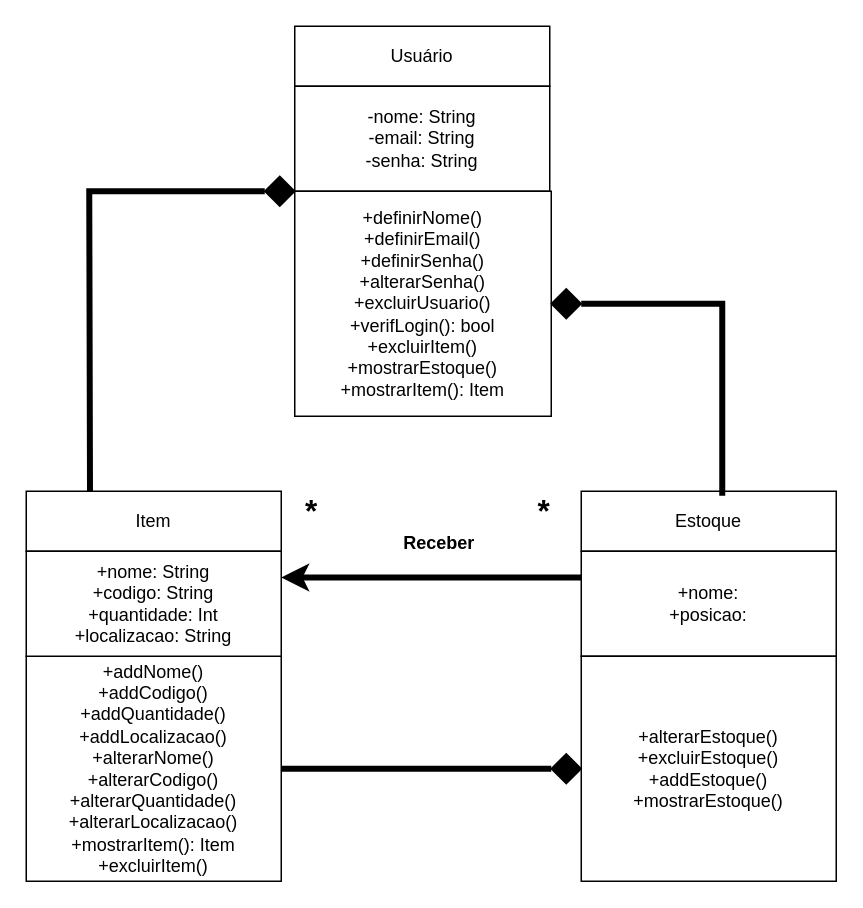
Dallas-03/diagrama keeps this draw.io diagram as DiagramaDeClasses.drawio. Above is the earlier version. Source tidied: cells renumbered, new cells numbered last; positions are measured from the earlier drawing's top-left corner, leaving out a move shared by most shapes. Both pictures are drawn from the tidied source at 150%, with x=0, y=0 at pixel (26, 26).
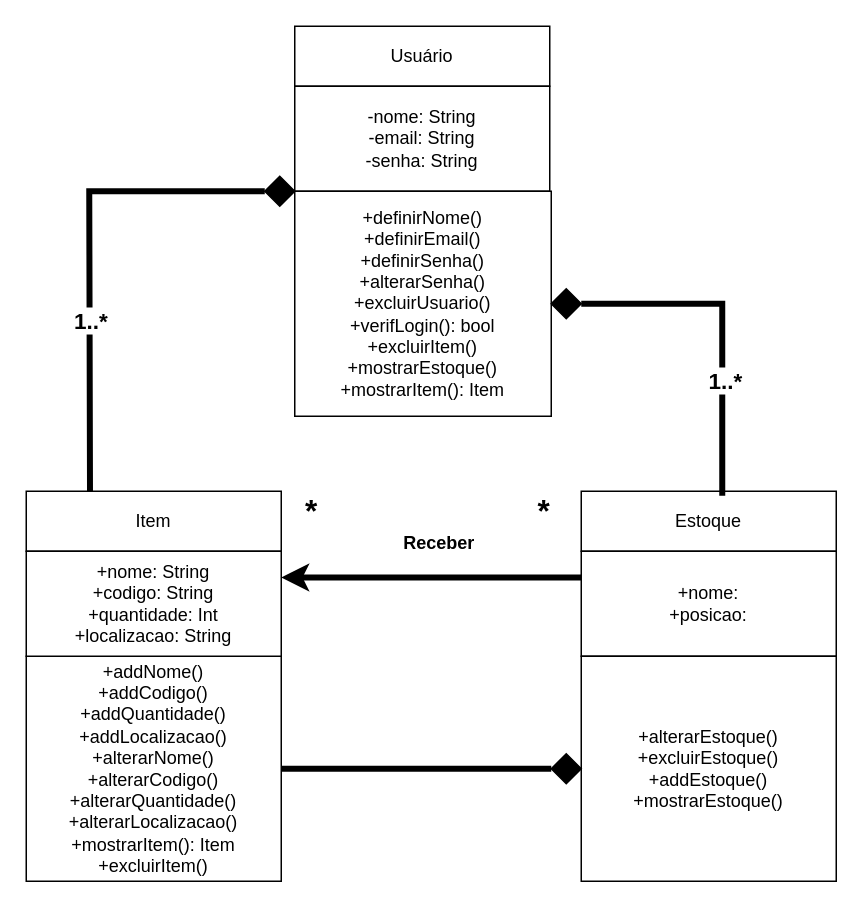
After the change.

The change refers to these unchanged cells:
```xml
<mxCell id="17" style="endArrow=none;html=1;rounded=0;strokeWidth=4;entryX=0.553;entryY=0.073;entryDx=0;entryDy=0;entryPerimeter=0;exitX=1;exitY=0.5;exitDx=0;exitDy=0;" parent="1" edge="1" source="20" target="8">
  <mxGeometry relative="1" as="geometry">
    <Array as="points">
      <mxPoint x="464" y="185" />
    </Array>
  </mxGeometry>
</mxCell>
```

What changed in the source:
```diff
@@
+    <mxCell id="21" value="&lt;font style=&quot;font-size: 15px;&quot;&gt;&lt;b&gt;1..*&lt;/b&gt;&lt;/font&gt;" style="edgeLabel;html=1;align=center;verticalAlign=middle;" parent="17" vertex="1">
+      <mxGeometry x="0.31" y="1" relative="1" as="geometry" />
+    </mxCell>
@@
+    <mxCell id="22" value="&lt;font style=&quot;font-size: 15px;&quot;&gt;&lt;b&gt;1..*&lt;/b&gt;&lt;/font&gt;" style="edgeLabel;html=1;align=center;verticalAlign=middle;" parent="1" vertex="1">
+      <mxGeometry x="130" y="175" as="geometry">
+        <mxPoint x="-88" y="20" as="offset" />
+      </mxGeometry>
+    </mxCell>
```
